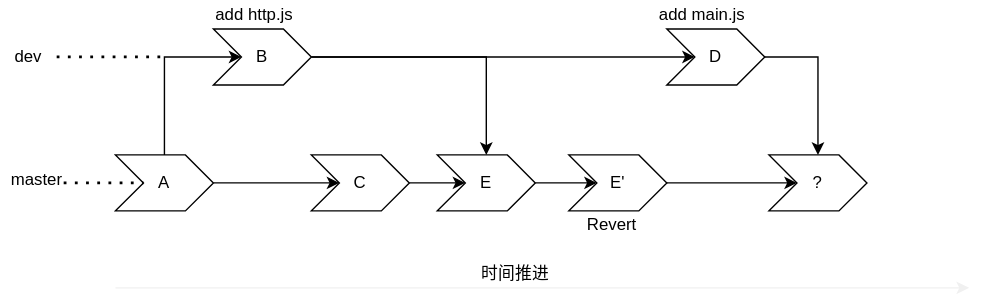
Kuangcp/Note keeps this draw.io diagram as Skills/Vcs/img/git-merge-situation.drawio.svg. Above is the earlier version. Source tidied: cells renumbered, new cells last; positions are measured from the earlier drawing's top-left corner, leaving out a move shared by most shapes. The source it was exported from:
```xml
<mxGraphModel>
  <root>
    <mxCell id="0" />
    <mxCell id="1" parent="0" />
    <mxCell id="2" style="edgeStyle=orthogonalEdgeStyle;rounded=0;jettySize=auto;html=1;" parent="1" edge="1" source="3" target="16">
      <mxGeometry relative="1" as="geometry" />
    </mxCell>
    <mxCell id="3" value="D" style="shape=step;perimeter=stepPerimeter;whiteSpace=wrap;html=1;fixedSize=1;" parent="1" vertex="1">
      <mxGeometry x="476" y="20" width="70" height="40" as="geometry" />
    </mxCell>
    <mxCell id="4" style="edgeStyle=orthogonalEdgeStyle;rounded=0;jettySize=auto;html=1;" parent="1" edge="1" source="6" target="8">
      <mxGeometry relative="1" as="geometry" />
    </mxCell>
    <mxCell id="5" style="edgeStyle=orthogonalEdgeStyle;rounded=0;jettySize=auto;html=1;entryX=0;entryY=0.5;entryDx=0;entryDy=0;" parent="1" edge="1" source="6" target="3">
      <mxGeometry relative="1" as="geometry" />
    </mxCell>
    <mxCell id="6" value="B" style="shape=step;perimeter=stepPerimeter;whiteSpace=wrap;html=1;fixedSize=1;" parent="1" vertex="1">
      <mxGeometry x="152" y="20" width="70" height="40" as="geometry" />
    </mxCell>
    <mxCell id="7" style="edgeStyle=orthogonalEdgeStyle;rounded=0;jettySize=auto;html=1;" parent="1" edge="1" source="8" target="15">
      <mxGeometry relative="1" as="geometry" />
    </mxCell>
    <mxCell id="8" value="E" style="shape=step;perimeter=stepPerimeter;whiteSpace=wrap;html=1;fixedSize=1;" parent="1" vertex="1">
      <mxGeometry x="312" y="110" width="70" height="40" as="geometry" />
    </mxCell>
    <mxCell id="9" style="edgeStyle=orthogonalEdgeStyle;rounded=0;jettySize=auto;html=1;" parent="1" edge="1" source="10" target="8">
      <mxGeometry relative="1" as="geometry" />
    </mxCell>
    <mxCell id="10" value="C" style="shape=step;perimeter=stepPerimeter;whiteSpace=wrap;html=1;fixedSize=1;" parent="1" vertex="1">
      <mxGeometry x="222" y="110" width="70" height="40" as="geometry" />
    </mxCell>
    <mxCell id="11" style="edgeStyle=orthogonalEdgeStyle;rounded=0;jettySize=auto;html=1;" parent="1" edge="1" source="13" target="10">
      <mxGeometry relative="1" as="geometry" />
    </mxCell>
    <mxCell id="12" style="edgeStyle=orthogonalEdgeStyle;rounded=0;jettySize=auto;html=1;entryX=0;entryY=0.5;entryDx=0;entryDy=0;" parent="1" edge="1" source="13" target="6">
      <mxGeometry relative="1" as="geometry">
        <Array as="points">
          <mxPoint x="117" y="40" />
        </Array>
      </mxGeometry>
    </mxCell>
    <mxCell id="13" value="A" style="shape=step;perimeter=stepPerimeter;whiteSpace=wrap;html=1;fixedSize=1;" parent="1" vertex="1">
      <mxGeometry x="82" y="110" width="70" height="40" as="geometry" />
    </mxCell>
    <mxCell id="14" style="edgeStyle=orthogonalEdgeStyle;jettySize=auto;html=1;rounded=1;" parent="1" edge="1" source="15" target="16">
      <mxGeometry relative="1" as="geometry" />
    </mxCell>
    <mxCell id="15" value="E'" style="shape=step;perimeter=stepPerimeter;whiteSpace=wrap;html=1;fixedSize=1;" parent="1" vertex="1">
      <mxGeometry x="406" y="110" width="70" height="40" as="geometry" />
    </mxCell>
    <mxCell id="16" value="?" style="shape=step;perimeter=stepPerimeter;whiteSpace=wrap;html=1;fixedSize=1;" parent="1" vertex="1">
      <mxGeometry x="549" y="110" width="70" height="40" as="geometry" />
    </mxCell>
    <mxCell id="17" style="endArrow=classic;html=1;strokeColor=#f0f0f0;" parent="1" edge="1">
      <mxGeometry relative="1" as="geometry">
        <mxPoint x="82" y="205" as="sourcePoint" />
        <mxPoint x="692" y="205" as="targetPoint" />
      </mxGeometry>
    </mxCell>
    <mxCell id="18" value="时间推进" style="text;html=1;strokeColor=none;fillColor=none;align=center;verticalAlign=middle;whiteSpace=wrap;rounded=0;" parent="1" vertex="1">
      <mxGeometry x="333" y="185" width="70" height="20" as="geometry" />
    </mxCell>
    <mxCell id="19" value="master" style="text;html=1;strokeColor=none;fillColor=none;align=center;verticalAlign=middle;whiteSpace=wrap;rounded=0;" parent="1" vertex="1">
      <mxGeometry x="6" y="118" width="40" height="20" as="geometry" />
    </mxCell>
    <mxCell id="20" value="dev" style="text;html=1;strokeColor=none;fillColor=none;align=center;verticalAlign=middle;whiteSpace=wrap;rounded=0;" parent="1" vertex="1">
      <mxGeometry y="30" width="40" height="20" as="geometry" />
    </mxCell>
    <mxCell id="21" style="endArrow=none;dashed=1;html=1;dashPattern=1 3;strokeWidth=2;exitX=1;exitY=0.5;exitDx=0;exitDy=0;" parent="1" edge="1" source="20">
      <mxGeometry relative="1" as="geometry">
        <mxPoint x="117" y="40" as="targetPoint" />
      </mxGeometry>
    </mxCell>
    <mxCell id="22" style="endArrow=none;dashed=1;html=1;dashPattern=1 3;strokeWidth=2;entryX=0;entryY=0.5;entryDx=0;entryDy=0;" parent="1" edge="1" target="13">
      <mxGeometry relative="1" as="geometry">
        <mxPoint x="45" y="130" as="sourcePoint" />
      </mxGeometry>
    </mxCell>
    <mxCell id="23" value="Revert" style="text;html=1;strokeColor=none;fillColor=none;align=center;verticalAlign=middle;whiteSpace=wrap;rounded=0;" parent="1" vertex="1">
      <mxGeometry x="417" y="150" width="40" height="20" as="geometry" />
    </mxCell>
    <mxCell id="24" value="add http.js" style="text;html=1;strokeColor=none;fillColor=none;align=center;verticalAlign=middle;whiteSpace=wrap;rounded=0;" parent="1" vertex="1">
      <mxGeometry x="145" width="73" height="20" as="geometry" />
    </mxCell>
    <mxCell id="25" value="add main.js" style="text;html=1;strokeColor=none;fillColor=none;align=center;verticalAlign=middle;whiteSpace=wrap;rounded=0;" parent="1" vertex="1">
      <mxGeometry x="465" width="73" height="20" as="geometry" />
    </mxCell>
  </root>
</mxGraphModel>
```
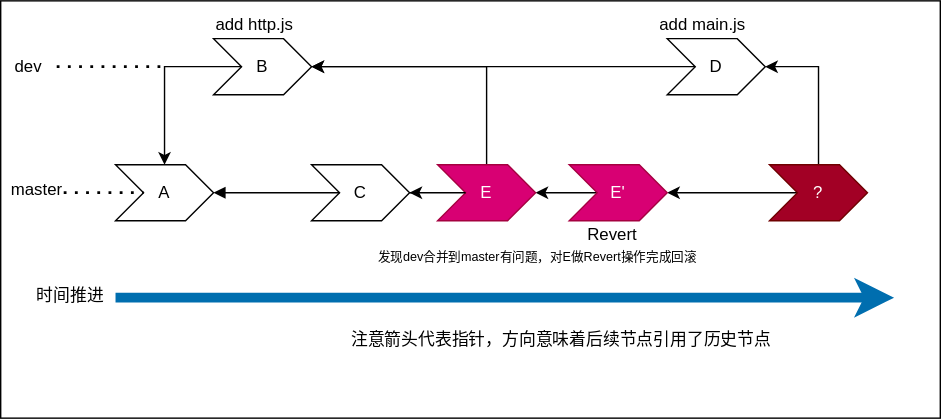
Above is the later version.

Diff of the diagram source:
```diff
@@ -2,37 +2,40 @@
   <root>
     <mxCell id="0" />
     <mxCell id="1" parent="0" />
+    <mxCell id="26" style="rounded=0;whiteSpace=wrap;html=1;" parent="1" vertex="1">
+      <mxGeometry y="-7" width="671" height="298" as="geometry" />
+    </mxCell>
-    <mxCell id="2" style="edgeStyle=orthogonalEdgeStyle;rounded=0;jettySize=auto;html=1;" parent="1" edge="1" source="3" target="16">
+    <mxCell id="2" style="edgeStyle=orthogonalEdgeStyle;rounded=0;jettySize=auto;html=1;startArrow=classic;startFill=1;endArrow=none;endFill=0;" parent="1" edge="1" source="3" target="16">
       <mxGeometry relative="1" as="geometry" />
     </mxCell>
     <mxCell id="3" value="D" style="shape=step;perimeter=stepPerimeter;whiteSpace=wrap;html=1;fixedSize=1;" parent="1" vertex="1">
       <mxGeometry x="476" y="20" width="70" height="40" as="geometry" />
     </mxCell>
-    <mxCell id="4" style="edgeStyle=orthogonalEdgeStyle;rounded=0;jettySize=auto;html=1;" parent="1" edge="1" source="6" target="8">
+    <mxCell id="4" style="edgeStyle=orthogonalEdgeStyle;rounded=0;jettySize=auto;html=1;startArrow=classic;startFill=1;endArrow=none;endFill=0;" parent="1" edge="1" source="6" target="8">
       <mxGeometry relative="1" as="geometry" />
     </mxCell>
-    <mxCell id="5" style="edgeStyle=orthogonalEdgeStyle;rounded=0;jettySize=auto;html=1;entryX=0;entryY=0.5;entryDx=0;entryDy=0;" parent="1" edge="1" source="6" target="3">
+    <mxCell id="5" style="edgeStyle=orthogonalEdgeStyle;rounded=0;jettySize=auto;html=1;entryX=0;entryY=0.5;entryDx=0;entryDy=0;startArrow=classic;startFill=1;endArrow=none;endFill=0;" parent="1" edge="1" source="6" target="3">
       <mxGeometry relative="1" as="geometry" />
     </mxCell>
     <mxCell id="6" value="B" style="shape=step;perimeter=stepPerimeter;whiteSpace=wrap;html=1;fixedSize=1;" parent="1" vertex="1">
       <mxGeometry x="152" y="20" width="70" height="40" as="geometry" />
     </mxCell>
-    <mxCell id="7" style="edgeStyle=orthogonalEdgeStyle;rounded=0;jettySize=auto;html=1;" parent="1" edge="1" source="8" target="15">
+    <mxCell id="7" style="edgeStyle=orthogonalEdgeStyle;rounded=0;jettySize=auto;html=1;startArrow=classic;startFill=1;endArrow=none;endFill=0;" parent="1" edge="1" source="8" target="15">
       <mxGeometry relative="1" as="geometry" />
     </mxCell>
-    <mxCell id="8" value="E" style="shape=step;perimeter=stepPerimeter;whiteSpace=wrap;html=1;fixedSize=1;" parent="1" vertex="1">
+    <mxCell id="8" value="E" style="shape=step;perimeter=stepPerimeter;whiteSpace=wrap;html=1;fixedSize=1;fillColor=#d80073;fontColor=#ffffff;strokeColor=#A50040;" parent="1" vertex="1">
       <mxGeometry x="312" y="110" width="70" height="40" as="geometry" />
     </mxCell>
-    <mxCell id="9" style="edgeStyle=orthogonalEdgeStyle;rounded=0;jettySize=auto;html=1;" parent="1" edge="1" source="10" target="8">
+    <mxCell id="9" style="edgeStyle=orthogonalEdgeStyle;rounded=0;jettySize=auto;html=1;startArrow=classic;startFill=1;endArrow=none;endFill=0;" parent="1" edge="1" source="10" target="8">
       <mxGeometry relative="1" as="geometry" />
     </mxCell>
     <mxCell id="10" value="C" style="shape=step;perimeter=stepPerimeter;whiteSpace=wrap;html=1;fixedSize=1;" parent="1" vertex="1">
       <mxGeometry x="222" y="110" width="70" height="40" as="geometry" />
     </mxCell>
-    <mxCell id="11" style="edgeStyle=orthogonalEdgeStyle;rounded=0;jettySize=auto;html=1;" parent="1" edge="1" source="13" target="10">
+    <mxCell id="11" style="edgeStyle=orthogonalEdgeStyle;rounded=0;jettySize=auto;html=1;startArrow=block;startFill=1;endArrow=none;endFill=0;" parent="1" edge="1" source="13" target="10">
       <mxGeometry relative="1" as="geometry" />
     </mxCell>
-    <mxCell id="12" style="edgeStyle=orthogonalEdgeStyle;rounded=0;jettySize=auto;html=1;entryX=0;entryY=0.5;entryDx=0;entryDy=0;" parent="1" edge="1" source="13" target="6">
+    <mxCell id="12" style="edgeStyle=orthogonalEdgeStyle;rounded=0;jettySize=auto;html=1;entryX=0;entryY=0.5;entryDx=0;entryDy=0;startArrow=classic;startFill=1;endArrow=none;endFill=0;" parent="1" edge="1" source="13" target="6">
       <mxGeometry relative="1" as="geometry">
         <Array as="points">
           <mxPoint x="117" y="40" />
@@ -42,23 +45,23 @@
     <mxCell id="13" value="A" style="shape=step;perimeter=stepPerimeter;whiteSpace=wrap;html=1;fixedSize=1;" parent="1" vertex="1">
       <mxGeometry x="82" y="110" width="70" height="40" as="geometry" />
     </mxCell>
-    <mxCell id="14" style="edgeStyle=orthogonalEdgeStyle;jettySize=auto;html=1;rounded=1;" parent="1" edge="1" source="15" target="16">
+    <mxCell id="14" style="edgeStyle=orthogonalEdgeStyle;jettySize=auto;html=1;rounded=1;startArrow=classic;startFill=1;endArrow=none;endFill=0;" parent="1" edge="1" source="15" target="16">
       <mxGeometry relative="1" as="geometry" />
     </mxCell>
-    <mxCell id="15" value="E'" style="shape=step;perimeter=stepPerimeter;whiteSpace=wrap;html=1;fixedSize=1;" parent="1" vertex="1">
+    <mxCell id="15" value="E'" style="shape=step;perimeter=stepPerimeter;whiteSpace=wrap;html=1;fixedSize=1;fillColor=#d80073;fontColor=#ffffff;strokeColor=#A50040;" parent="1" vertex="1">
       <mxGeometry x="406" y="110" width="70" height="40" as="geometry" />
     </mxCell>
-    <mxCell id="16" value="?" style="shape=step;perimeter=stepPerimeter;whiteSpace=wrap;html=1;fixedSize=1;" parent="1" vertex="1">
+    <mxCell id="16" value="?" style="shape=step;perimeter=stepPerimeter;whiteSpace=wrap;html=1;fixedSize=1;fillColor=#a20025;fontColor=#ffffff;strokeColor=#6F0000;" parent="1" vertex="1">
       <mxGeometry x="549" y="110" width="70" height="40" as="geometry" />
     </mxCell>
-    <mxCell id="17" style="endArrow=classic;html=1;strokeColor=#f0f0f0;" parent="1" edge="1">
+    <mxCell id="17" style="endArrow=classic;html=1;strokeColor=#006EAF;strokeWidth=7;fillColor=#1ba1e2;" parent="1" edge="1">
       <mxGeometry relative="1" as="geometry">
         <mxPoint x="82" y="205" as="sourcePoint" />
-        <mxPoint x="692" y="205" as="targetPoint" />
+        <mxPoint x="638" y="205" as="targetPoint" />
       </mxGeometry>
     </mxCell>
     <mxCell id="18" value="时间推进" style="text;html=1;strokeColor=none;fillColor=none;align=center;verticalAlign=middle;whiteSpace=wrap;rounded=0;" parent="1" vertex="1">
-      <mxGeometry x="333" y="185" width="70" height="20" as="geometry" />
+      <mxGeometry x="15" y="194" width="70" height="20" as="geometry" />
     </mxCell>
     <mxCell id="19" value="master" style="text;html=1;strokeColor=none;fillColor=none;align=center;verticalAlign=middle;whiteSpace=wrap;rounded=0;" parent="1" vertex="1">
       <mxGeometry x="6" y="118" width="40" height="20" as="geometry" />
@@ -85,5 +88,11 @@
     <mxCell id="25" value="add main.js" style="text;html=1;strokeColor=none;fillColor=none;align=center;verticalAlign=middle;whiteSpace=wrap;rounded=0;" parent="1" vertex="1">
       <mxGeometry x="465" width="73" height="20" as="geometry" />
     </mxCell>
+    <mxCell id="27" value="注意箭头代表指针，方向意味着后续节点引用了历史节点" style="text;html=1;strokeColor=none;fillColor=none;align=center;verticalAlign=middle;whiteSpace=wrap;rounded=0;" parent="1" vertex="1">
+      <mxGeometry x="246" y="217" width="309" height="36" as="geometry" />
+    </mxCell>
+    <mxCell id="28" value="发现dev合并到master有问题，对E做Revert操作完成回滚" style="text;html=1;strokeColor=none;fillColor=none;align=center;verticalAlign=middle;whiteSpace=wrap;rounded=0;fontSize=9;" parent="1" vertex="1">
+      <mxGeometry x="242" y="158" width="283" height="36" as="geometry" />
+    </mxCell>
   </root>
 </mxGraphModel>
```
